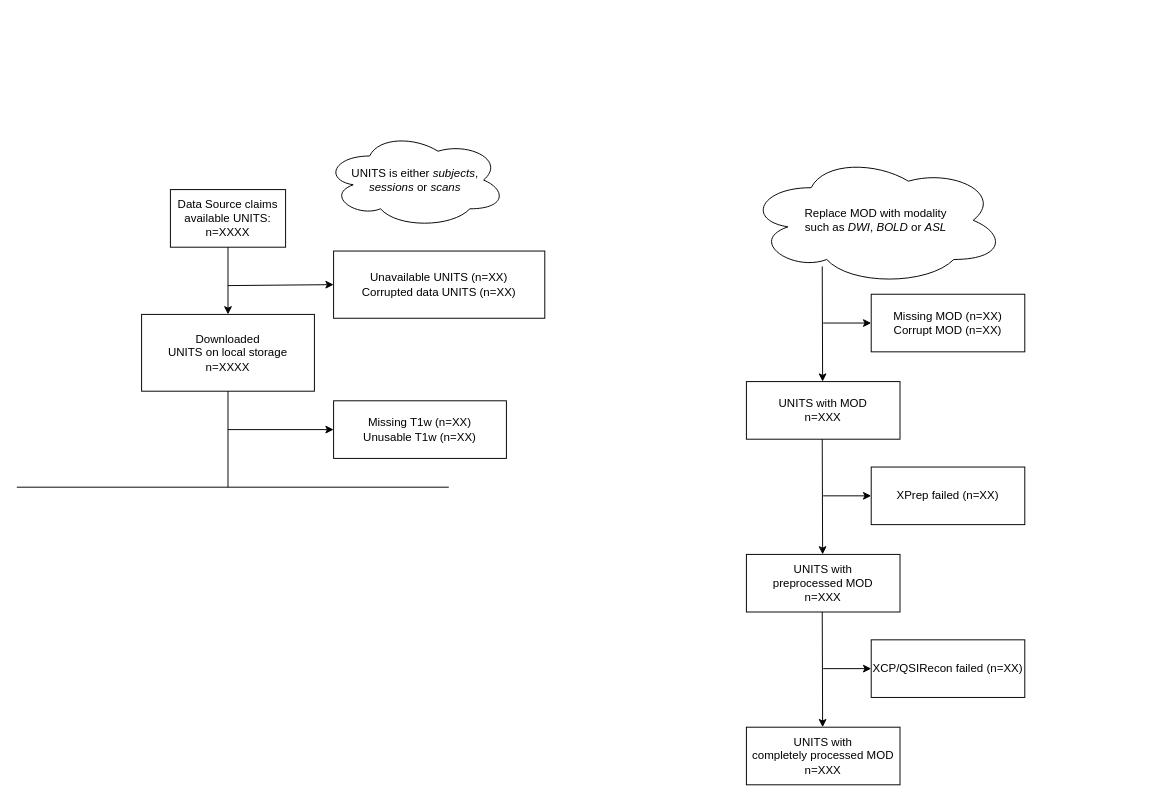
Earlier version of the draw.io diagram PennLINC/CCNP_BIDS_Fix/participation.drawio (YumekaMengjiaLYU/RBC). Source tidied: cells renumbered, new cells numbered last; positions are measured from the earlier drawing's top-left corner, leaving out a move shared by most shapes. Both pictures are drawn from the tidied source at 96%, with x=0, y=0 at pixel (16, 132).
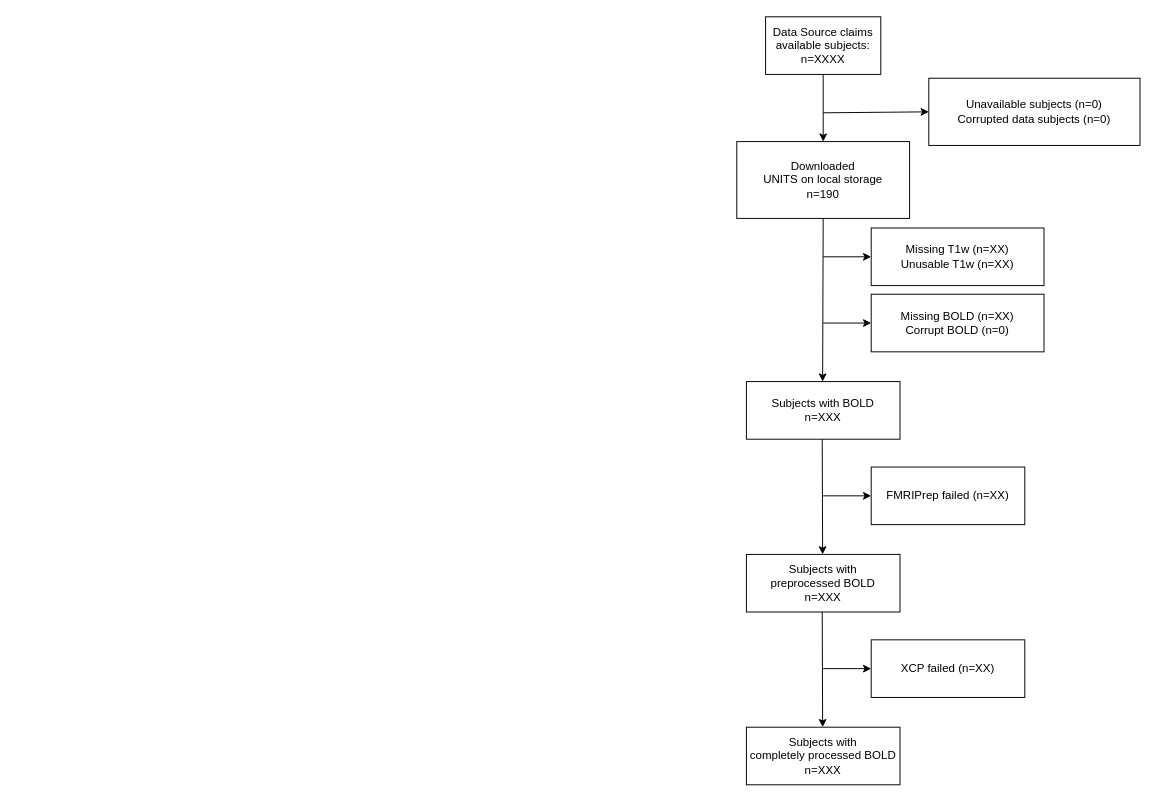
After the change.

The edit, as a diff of the source:
```diff
@@
-    <mxCell id="2" value="&lt;div&gt;Data Source claims available UNITS:&lt;/div&gt;&lt;div&gt;n=XXXX&lt;br&gt;&lt;/div&gt;" style="rounded=0;whiteSpace=wrap;html=1;" parent="1" vertex="1">
-      <mxGeometry x="160" y="60" width="120" height="60" as="geometry" />
+    <mxCell id="2" value="&lt;div&gt;Data Source claims available subjects:&lt;/div&gt;&lt;div&gt;n=XXXX&lt;br&gt;&lt;/div&gt;" style="rounded=0;whiteSpace=wrap;html=1;" parent="1" vertex="1">
+      <mxGeometry x="780" y="-120" width="120" height="60" as="geometry" />
     </mxCell>
-    <mxCell id="3" value="&lt;div&gt;Downloaded&lt;/div&gt;&lt;div&gt;UNITS on local storage&lt;/div&gt;&lt;div&gt;n=XXXX&lt;br&gt;&lt;/div&gt;" style="rounded=0;whiteSpace=wrap;html=1;" parent="1" vertex="1">
-      <mxGeometry x="130" y="190" width="180" height="80" as="geometry" />
+    <mxCell id="3" value="&lt;div&gt;Downloaded&lt;/div&gt;&lt;div&gt;UNITS on local storage&lt;/div&gt;&lt;div&gt;n=190&lt;br&gt;&lt;/div&gt;" style="rounded=0;whiteSpace=wrap;html=1;" parent="1" vertex="1">
+      <mxGeometry x="750" y="10" width="180" height="80" as="geometry" />
     </mxCell>
-    <mxCell id="4" value="&lt;div&gt;Unavailable UNITS (n=XX)&lt;/div&gt;&lt;div&gt;Corrupted data UNITS (n=XX) &lt;br&gt;&lt;/div&gt;" style="rounded=0;whiteSpace=wrap;html=1;" parent="1" vertex="1">
-      <mxGeometry x="330" y="124" width="220" height="70" as="geometry" />
+    <mxCell id="4" value="&lt;div&gt;Unavailable subjects (n=0)&lt;/div&gt;&lt;div&gt;Corrupted data subjects (n=0) &lt;br&gt;&lt;/div&gt;" style="rounded=0;whiteSpace=wrap;html=1;" parent="1" vertex="1">
+      <mxGeometry x="950" y="-56" width="220" height="70" as="geometry" />
     </mxCell>
     <mxCell id="5" style="endArrow=classic;html=1;entryX=0;entryY=0.5;entryDx=0;entryDy=0;" parent="1" edge="1" target="4">
       <mxGeometry relative="1" as="geometry">
-        <mxPoint x="220" y="160" as="sourcePoint" />
+        <mxPoint x="840" y="-20" as="sourcePoint" />
       </mxGeometry>
     </mxCell>
     <mxCell id="6" value="&lt;div&gt;Missing T1w (n=XX)&lt;/div&gt;Unusable T1w (n=XX)" style="rounded=0;whiteSpace=wrap;html=1;" parent="1" vertex="1">
-      <mxGeometry x="330" y="280" width="180" height="60" as="geometry" />
+      <mxGeometry x="890" y="100" width="180" height="60" as="geometry" />
     </mxCell>
@@
-    <mxCell id="8" value="&lt;div&gt;UNITS is either &lt;i&gt;subjects&lt;/i&gt;,&lt;/div&gt;&lt;div&gt;&lt;i&gt;sessions&lt;/i&gt; or &lt;i&gt;scans&lt;/i&gt;&lt;br&gt;&lt;/div&gt;" style="ellipse;shape=cloud;whiteSpace=wrap;html=1;" parent="1" vertex="1">
-      <mxGeometry x="320" width="190" height="100" as="geometry" />
-    </mxCell>
-    <mxCell id="9" style="endArrow=none;html=1;entryX=0.5;entryY=1;entryDx=0;entryDy=0;" parent="1" edge="1" target="3">
-      <mxGeometry relative="1" as="geometry">
-        <mxPoint x="220" y="370" as="sourcePoint" />
-      </mxGeometry>
-    </mxCell>
     <mxCell id="10" style="endArrow=classic;html=1;entryX=0;entryY=0.5;entryDx=0;entryDy=0;" parent="1" edge="1" target="6">
       <mxGeometry relative="1" as="geometry">
-        <mxPoint x="220" y="310" as="sourcePoint" />
+        <mxPoint x="840" y="130" as="sourcePoint" />
       </mxGeometry>
     </mxCell>
-    <mxCell id="11" style="endArrow=none;html=1;" parent="1" edge="1">
-      <mxGeometry relative="1" as="geometry">
-        <mxPoint y="370" as="sourcePoint" />
-        <mxPoint x="450" y="370" as="targetPoint" />
-      </mxGeometry>
-    </mxCell>
-    <mxCell id="12" style="endArrow=classic;html=1;" parent="1" edge="1">
+    <mxCell id="12" style="endArrow=classic;html=1;exitX=0.5;exitY=1;exitDx=0;exitDy=0;" parent="1" edge="1" source="3">
       <mxGeometry relative="1" as="geometry">
-        <mxPoint x="839" y="140" as="sourcePoint" />
         <mxPoint x="839.4" y="260" as="targetPoint" />
       </mxGeometry>
     </mxCell>
-    <mxCell id="13" value="&lt;div&gt;UNITS with MOD&lt;/div&gt;&lt;div&gt;n=XXX&lt;br&gt;&lt;/div&gt;" style="rounded=0;whiteSpace=wrap;html=1;" parent="1" vertex="1">
+    <mxCell id="13" value="&lt;div&gt;Subjects with BOLD&lt;br&gt;&lt;/div&gt;&lt;div&gt;n=XXX&lt;br&gt;&lt;/div&gt;" style="rounded=0;whiteSpace=wrap;html=1;" parent="1" vertex="1">
       <mxGeometry x="760" y="260" width="160" height="60" as="geometry" />
     </mxCell>
@@
-    <mxCell id="15" value="&lt;div&gt;Missing MOD (n=XX)&lt;/div&gt;Corrupt MOD (n=XX)" style="rounded=0;whiteSpace=wrap;html=1;" parent="1" vertex="1">
-      <mxGeometry x="890" y="169" width="160" height="60" as="geometry" />
+    <mxCell id="15" value="&lt;div&gt;Missing BOLD (n=XX)&lt;/div&gt;Corrupt BOLD (n=0)" style="rounded=0;whiteSpace=wrap;html=1;" parent="1" vertex="1">
+      <mxGeometry x="890" y="169" width="180" height="60" as="geometry" />
     </mxCell>
@@
-    <mxCell id="18" value="XPrep failed (n=XX)" style="rounded=0;whiteSpace=wrap;html=1;" parent="1" vertex="1">
+    <mxCell id="18" value="FMRIPrep failed (n=XX)" style="rounded=0;whiteSpace=wrap;html=1;" parent="1" vertex="1">
       <mxGeometry x="890" y="349" width="160" height="60" as="geometry" />
     </mxCell>
-    <mxCell id="19" value="&lt;div&gt;UNITS with&lt;/div&gt;&lt;div&gt;preprocessed MOD&lt;/div&gt;&lt;div&gt;n=XXX&lt;br&gt;&lt;/div&gt;" style="rounded=0;whiteSpace=wrap;html=1;" parent="1" vertex="1">
+    <mxCell id="19" value="&lt;div&gt;Subjects with&lt;/div&gt;&lt;div&gt;preprocessed BOLD&lt;/div&gt;&lt;div&gt;n=XXX&lt;br&gt;&lt;/div&gt;" style="rounded=0;whiteSpace=wrap;html=1;" parent="1" vertex="1">
       <mxGeometry x="760" y="440" width="160" height="60" as="geometry" />
     </mxCell>
@@
-    <mxCell id="22" value="XCP/QSIRecon failed (n=XX)" style="rounded=0;whiteSpace=wrap;html=1;" parent="1" vertex="1">
+    <mxCell id="22" value="XCP failed (n=XX)" style="rounded=0;whiteSpace=wrap;html=1;" parent="1" vertex="1">
       <mxGeometry x="890" y="529" width="160" height="60" as="geometry" />
     </mxCell>
-    <mxCell id="23" value="&lt;div&gt;UNITS with&lt;/div&gt;&lt;div&gt;completely processed MOD&lt;/div&gt;&lt;div&gt;n=XXX&lt;br&gt;&lt;/div&gt;" style="rounded=0;whiteSpace=wrap;html=1;" parent="1" vertex="1">
+    <mxCell id="23" value="&lt;div&gt;Subjects with&lt;/div&gt;&lt;div&gt;completely processed BOLD&lt;/div&gt;&lt;div&gt;n=XXX&lt;br&gt;&lt;/div&gt;" style="rounded=0;whiteSpace=wrap;html=1;" parent="1" vertex="1">
       <mxGeometry x="760" y="620" width="160" height="60" as="geometry" />
     </mxCell>
-    <mxCell id="24" value="&lt;div&gt;Replace MOD with modality&lt;/div&gt;such as &lt;i&gt;DWI&lt;/i&gt;, &lt;i&gt;BOLD &lt;/i&gt;or &lt;i&gt;ASL&lt;/i&gt;" style="ellipse;shape=cloud;whiteSpace=wrap;html=1;" parent="1" vertex="1">
-      <mxGeometry x="760" y="24" width="270" height="136" as="geometry" />
-    </mxCell>
```
